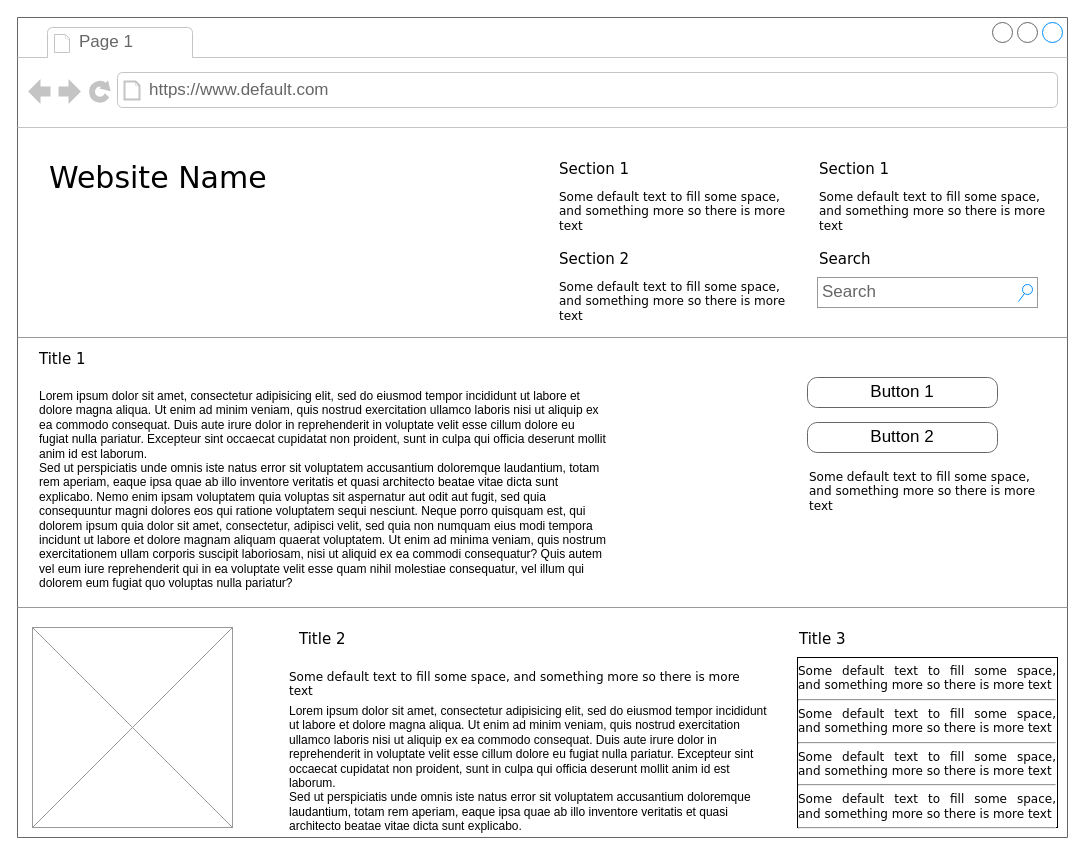
Before: page "Page-1" (1 of 3) of Untitled Diagram.drawio in okorion/portfolio, a draw.io diagram. Source tidied: cells renumbered, new cells numbered last; positions are measured from the earlier drawing's top-left corner, leaving out a move shared by most shapes. Both pictures are drawn from the tidied source at 100%, with x=0, y=0 at pixel (17, 17).
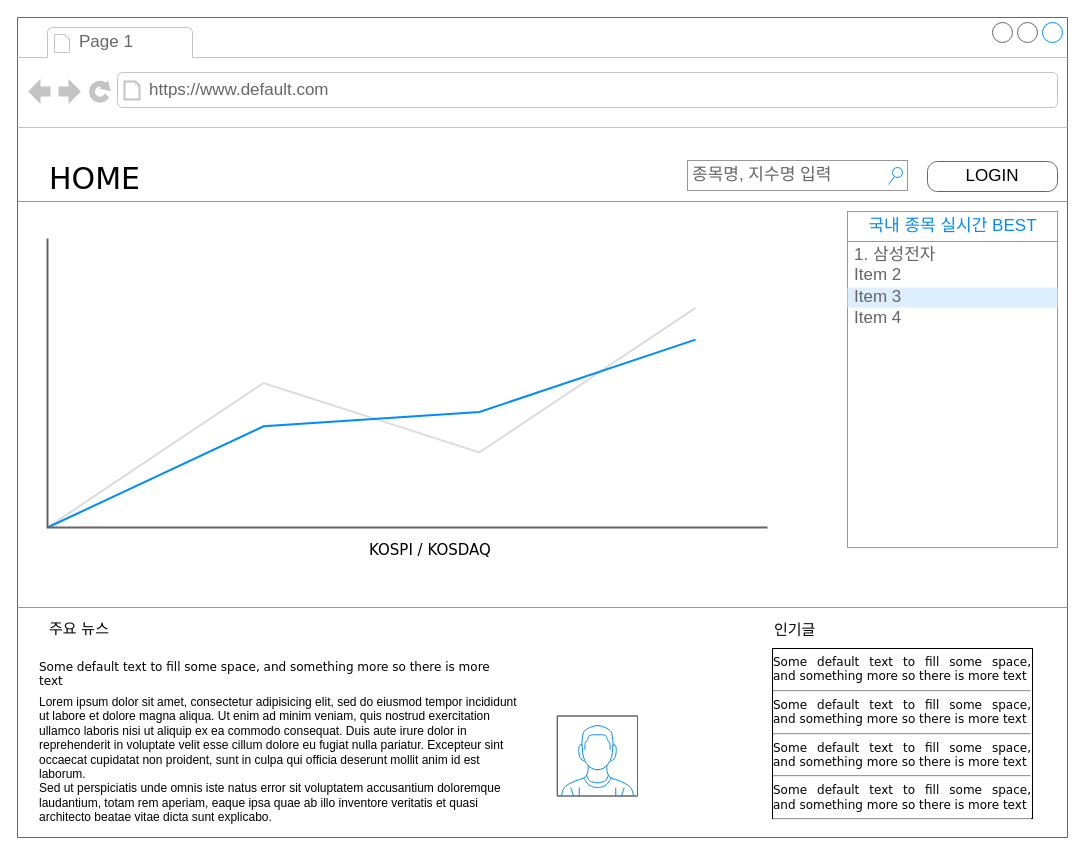
After the change.

Commit message:
Update Stock WEB templete.drawio

The change refers to these unchanged cells:
```xml
<mxCell id="2" style="strokeWidth=1;shadow=0;dashed=0;align=center;html=1;shape=mxgraph.mockup.containers.browserWindow;rSize=0;strokeColor=#666666;mainText=,;rounded=0;labelBackgroundColor=none;fontFamily=Verdana;fontSize=12;" parent="1" vertex="1">
  <mxGeometry width="1050" height="820" as="geometry" />
</mxCell>
```

Change to the diagram source:
```diff
@@
-    <mxCell id="5" value="Website Name" style="text;html=1;align=left;verticalAlign=top;spacingTop=-4;fontSize=30;fontFamily=Verdana;" parent="2" vertex="1">
-      <mxGeometry x="30" y="140" width="340" height="50" as="geometry" />
+    <mxCell id="5" value="HOME" style="text;html=1;align=left;verticalAlign=top;spacingTop=-4;fontSize=30;fontFamily=Verdana;" parent="2" vertex="1">
+      <mxGeometry x="30" y="141" width="340" height="50" as="geometry" />
     </mxCell>
-    <mxCell id="6" value="Section 1" style="text;html=1;align=left;verticalAlign=top;spacingTop=-4;fontSize=15;fontFamily=Verdana;" parent="2" vertex="1">
-      <mxGeometry x="540" y="140" width="170" height="30" as="geometry" />
+    <mxCell id="6" value="KOSPI / KOSDAQ" style="text;html=1;align=left;verticalAlign=top;spacingTop=-4;fontSize=15;fontFamily=Verdana;" parent="2" vertex="1">
+      <mxGeometry x="350" y="521" width="170" height="30" as="geometry" />
     </mxCell>
-    <mxCell id="7" value="Some default text to fill some space, and&amp;nbsp;&lt;span&gt;something more so there is more text&lt;/span&gt;" style="text;html=1;align=left;verticalAlign=top;spacingTop=-4;fontSize=12;fontFamily=Verdana;whiteSpace=wrap;" parent="2" vertex="1">
-      <mxGeometry x="540" y="170" width="240" height="40" as="geometry" />
-    </mxCell>
-    <mxCell id="8" value="Section 2" style="text;html=1;align=left;verticalAlign=top;spacingTop=-4;fontSize=15;fontFamily=Verdana;" parent="2" vertex="1">
-      <mxGeometry x="540" y="230" width="170" height="30" as="geometry" />
-    </mxCell>
-    <mxCell id="9" value="Some default text to fill some space, and&amp;nbsp;&lt;span&gt;something more so there is more text&lt;/span&gt;" style="text;html=1;align=left;verticalAlign=top;spacingTop=-4;fontSize=12;fontFamily=Verdana;whiteSpace=wrap;" parent="2" vertex="1">
-      <mxGeometry x="540" y="260" width="240" height="40" as="geometry" />
-    </mxCell>
-    <mxCell id="10" value="Section 1" style="text;html=1;align=left;verticalAlign=top;spacingTop=-4;fontSize=15;fontFamily=Verdana;" parent="2" vertex="1">
-      <mxGeometry x="800" y="140" width="170" height="30" as="geometry" />
-    </mxCell>
-    <mxCell id="11" value="Some default text to fill some space, and&amp;nbsp;&lt;span&gt;something more so there is more text&lt;/span&gt;" style="text;html=1;align=left;verticalAlign=top;spacingTop=-4;fontSize=12;fontFamily=Verdana;whiteSpace=wrap;" parent="2" vertex="1">
-      <mxGeometry x="800" y="170" width="240" height="40" as="geometry" />
-    </mxCell>
-    <mxCell id="12" value="Search" style="text;html=1;align=left;verticalAlign=top;spacingTop=-4;fontSize=15;fontFamily=Verdana;" parent="2" vertex="1">
-      <mxGeometry x="800" y="230" width="170" height="30" as="geometry" />
-    </mxCell>
-    <mxCell id="13" value="Search" style="strokeWidth=1;shadow=0;dashed=0;align=center;html=1;shape=mxgraph.mockup.forms.searchBox;strokeColor=#999999;mainText=;strokeColor2=#008cff;fontColor=#666666;fontSize=17;align=left;spacingLeft=3;rounded=0;labelBackgroundColor=none;" parent="2" vertex="1">
-      <mxGeometry x="800" y="260" width="220" height="30" as="geometry" />
+    <mxCell id="13" value="종목명, 지수명 입력" style="strokeWidth=1;shadow=0;dashed=0;align=center;html=1;shape=mxgraph.mockup.forms.searchBox;strokeColor=#999999;mainText=;strokeColor2=#008cff;fontColor=#666666;fontSize=17;align=left;spacingLeft=3;rounded=0;labelBackgroundColor=none;" parent="2" vertex="1">
+      <mxGeometry x="670" y="143" width="220" height="30" as="geometry" />
     </mxCell>
     <mxCell id="14" style="verticalLabelPosition=bottom;shadow=0;dashed=0;align=center;html=1;verticalAlign=top;strokeWidth=1;shape=mxgraph.mockup.markup.line;strokeColor=#999999;rounded=0;labelBackgroundColor=none;fillColor=#ffffff;fontFamily=Verdana;fontSize=12;fontColor=#000000;" parent="2" vertex="1">
-      <mxGeometry y="310" width="1050" height="20" as="geometry" />
+      <mxGeometry y="174" width="1050" height="20" as="geometry" />
     </mxCell>
-    <mxCell id="15" value="Title 1" style="text;html=1;align=left;verticalAlign=top;spacingTop=-4;fontSize=15;fontFamily=Verdana;" parent="2" vertex="1">
-      <mxGeometry x="20" y="330" width="170" height="30" as="geometry" />
-    </mxCell>
-    <mxCell id="16" value="Lorem ipsum dolor sit amet, consectetur adipisicing elit, sed do eiusmod tempor incididunt ut labore et dolore magna aliqua. Ut enim ad minim veniam, quis nostrud exercitation ullamco laboris nisi ut aliquip ex ea commodo consequat. Duis aute irure dolor in reprehenderit in voluptate velit esse cillum dolore eu fugiat nulla pariatur. Excepteur sint occaecat cupidatat non proident, sunt in culpa qui officia deserunt mollit anim id est laborum.&#10;Sed ut perspiciatis unde omnis iste natus error sit voluptatem accusantium doloremque laudantium, totam rem aperiam, eaque ipsa quae ab illo inventore veritatis et quasi architecto beatae vitae dicta sunt explicabo. Nemo enim ipsam voluptatem quia voluptas sit aspernatur aut odit aut fugit, sed quia consequuntur magni dolores eos qui ratione voluptatem sequi nesciunt. Neque porro quisquam est, qui dolorem ipsum quia dolor sit amet, consectetur, adipisci velit, sed quia non numquam eius modi tempora incidunt ut labore et dolore magnam aliquam quaerat voluptatem. Ut enim ad minima veniam, quis nostrum exercitationem ullam corporis suscipit laboriosam, nisi ut aliquid ex ea commodi consequatur? Quis autem vel eum iure reprehenderit qui in ea voluptate velit esse quam nihil molestiae consequatur, vel illum qui dolorem eum fugiat quo voluptas nulla pariatur?" style="text;spacingTop=-5;whiteSpace=wrap;html=1;align=left;fontSize=12;fontFamily=Helvetica;fillColor=none;strokeColor=none;rounded=0;shadow=1;labelBackgroundColor=none;" parent="2" vertex="1">
-      <mxGeometry x="20" y="370" width="570" height="240" as="geometry" />
-    </mxCell>
-    <mxCell id="17" value="Button 1" style="strokeWidth=1;shadow=0;dashed=0;align=center;html=1;shape=mxgraph.mockup.buttons.button;strokeColor=#666666;mainText=;buttonStyle=round;fontSize=17;fontStyle=0;fillColor=none;whiteSpace=wrap;rounded=0;labelBackgroundColor=none;" parent="2" vertex="1">
-      <mxGeometry x="790" y="360" width="190" height="30" as="geometry" />
+    <mxCell id="17" value="LOGIN" style="strokeWidth=1;shadow=0;dashed=0;align=center;html=1;shape=mxgraph.mockup.buttons.button;strokeColor=#666666;mainText=;buttonStyle=round;fontSize=17;fontStyle=0;fillColor=none;whiteSpace=wrap;rounded=0;labelBackgroundColor=none;" parent="2" vertex="1">
+      <mxGeometry x="910" y="144" width="130" height="30" as="geometry" />
     </mxCell>
-    <mxCell id="18" value="Button 2" style="strokeWidth=1;shadow=0;dashed=0;align=center;html=1;shape=mxgraph.mockup.buttons.button;strokeColor=#666666;mainText=;buttonStyle=round;fontSize=17;fontStyle=0;fillColor=none;whiteSpace=wrap;rounded=0;labelBackgroundColor=none;" parent="2" vertex="1">
-      <mxGeometry x="790" y="405" width="190" height="30" as="geometry" />
-    </mxCell>
-    <mxCell id="19" value="Some default text to fill some space, and&amp;nbsp;&lt;span&gt;something more so there is more text&lt;/span&gt;" style="text;html=1;align=left;verticalAlign=top;spacingTop=-4;fontSize=12;fontFamily=Verdana;whiteSpace=wrap;" parent="2" vertex="1">
-      <mxGeometry x="790" y="450" width="240" height="40" as="geometry" />
-    </mxCell>
@@
-    <mxCell id="21" style="verticalLabelPosition=bottom;shadow=0;dashed=0;align=center;html=1;verticalAlign=top;strokeWidth=1;shape=mxgraph.mockup.graphics.simpleIcon;strokeColor=#999999;fillColor=#ffffff;rounded=0;labelBackgroundColor=none;fontFamily=Verdana;fontSize=12;fontColor=#000000;" parent="2" vertex="1">
-      <mxGeometry x="15" y="610" width="200" height="200" as="geometry" />
-    </mxCell>
-    <mxCell id="22" value="Title 2" style="text;html=1;align=left;verticalAlign=top;spacingTop=-4;fontSize=15;fontFamily=Verdana;" parent="2" vertex="1">
-      <mxGeometry x="280" y="610" width="170" height="30" as="geometry" />
-    </mxCell>
-    <mxCell id="23" value="Title 3" style="text;html=1;align=left;verticalAlign=top;spacingTop=-4;fontSize=15;fontFamily=Verdana;" parent="2" vertex="1">
-      <mxGeometry x="780" y="610" width="170" height="30" as="geometry" />
+    <mxCell id="23" value="인기글" style="text;html=1;align=left;verticalAlign=top;spacingTop=-4;fontSize=15;fontFamily=Verdana;" parent="2" vertex="1">
+      <mxGeometry x="755" y="601" width="170" height="30" as="geometry" />
     </mxCell>
-    <mxCell id="24" value="&lt;div style=&quot;text-align: justify&quot;&gt;&lt;span&gt;Some default text to fill some space, and&amp;nbsp;&lt;/span&gt;&lt;span&gt;something more so there is more text&lt;/span&gt;&lt;/div&gt;&lt;div style=&quot;text-align: justify&quot;&gt;&lt;hr id=&quot;null&quot; style=&quot;text-align: justify&quot;&gt;&lt;span&gt;&lt;div style=&quot;text-align: justify&quot;&gt;&lt;span&gt;Some default text to fill some space, and&amp;nbsp;&lt;/span&gt;&lt;span&gt;something more so there is more text&lt;/span&gt;&lt;/div&gt;&lt;/span&gt;&lt;/div&gt;&lt;hr id=&quot;null&quot; style=&quot;text-align: justify&quot;&gt;&lt;span&gt;&lt;div style=&quot;text-align: justify&quot;&gt;&lt;span&gt;Some default text to fill some space, and&amp;nbsp;&lt;/span&gt;&lt;span&gt;something more so there is more text&lt;/span&gt;&lt;/div&gt;&lt;/span&gt;&lt;hr id=&quot;null&quot; style=&quot;text-align: justify&quot;&gt;&lt;span&gt;&lt;div style=&quot;text-align: justify&quot;&gt;&lt;span&gt;Some default text to fill some space, and&amp;nbsp;&lt;/span&gt;&lt;span&gt;something more so there is more text&lt;/span&gt;&lt;/div&gt;&lt;/span&gt;&lt;hr id=&quot;null&quot; style=&quot;text-align: left&quot;&gt;" style="whiteSpace=wrap;html=1;rounded=0;shadow=0;labelBackgroundColor=none;strokeWidth=1;fontFamily=Verdana;fontSize=12;align=center;verticalAlign=top;" parent="2" vertex="1">
-      <mxGeometry x="780" y="640" width="260" height="170" as="geometry" />
+    <mxCell id="24" value="&lt;div style=&quot;text-align: justify&quot;&gt;&lt;span&gt;Some default text to fill some space, and&amp;nbsp;&lt;/span&gt;&lt;span&gt;something more so there is more text&lt;/span&gt;&lt;/div&gt;&lt;div style=&quot;text-align: justify&quot;&gt;&lt;hr id=&quot;null&quot; style=&quot;text-align: justify&quot;&gt;&lt;span&gt;&lt;div style=&quot;text-align: justify&quot;&gt;&lt;span&gt;Some default text to fill some space, and&amp;nbsp;&lt;/span&gt;&lt;span&gt;something more so there is more text&lt;/span&gt;&lt;/div&gt;&lt;/span&gt;&lt;/div&gt;&lt;hr id=&quot;null&quot; style=&quot;text-align: justify&quot;&gt;&lt;span&gt;&lt;div style=&quot;text-align: justify&quot;&gt;&lt;span&gt;Some default text to fill some space, and&amp;nbsp;&lt;/span&gt;&lt;span&gt;something more so there is more text&lt;/span&gt;&lt;/div&gt;&lt;/span&gt;&lt;hr id=&quot;null&quot; style=&quot;text-align: justify&quot;&gt;&lt;span&gt;&lt;div style=&quot;text-align: justify&quot;&gt;&lt;span&gt;Some default text to fill some space, and&amp;nbsp;&lt;/span&gt;&lt;span&gt;something more so there is more text&lt;/span&gt;&lt;/div&gt;&lt;/span&gt;&lt;hr id=&quot;null&quot; style=&quot;text-align: left&quot;&gt;" style="whiteSpace=wrap;html=1;rounded=0;shadow=0;labelBackgroundColor=none;strokeWidth=1;fontFamily=Verdana;fontSize=12;align=center;verticalAlign=top;strokeColor=default;" parent="2" vertex="1">
+      <mxGeometry x="755" y="631" width="260" height="170" as="geometry" />
     </mxCell>
+    <mxCell id="22" value="주요 뉴스" style="text;html=1;align=left;verticalAlign=top;spacingTop=-4;fontSize=15;fontFamily=Verdana;" parent="2" vertex="1">
+      <mxGeometry x="30" y="600" width="170" height="30" as="geometry" />
+    </mxCell>
     <mxCell id="25" value="Some default text to fill some space, and&amp;nbsp;&lt;span&gt;something more so there is more text&lt;/span&gt;" style="text;html=1;align=left;verticalAlign=top;spacingTop=-4;fontSize=12;fontFamily=Verdana;whiteSpace=wrap;" parent="2" vertex="1">
-      <mxGeometry x="270" y="650" width="470" height="40" as="geometry" />
+      <mxGeometry x="20" y="640" width="470" height="40" as="geometry" />
     </mxCell>
-    <mxCell id="26" value="Lorem ipsum dolor sit amet, consectetur adipisicing elit, sed do eiusmod tempor incididunt ut labore et dolore magna aliqua. Ut enim ad minim veniam, quis nostrud exercitation ullamco laboris nisi ut aliquip ex ea commodo consequat. Duis aute irure dolor in reprehenderit in voluptate velit esse cillum dolore eu fugiat nulla pariatur. Excepteur sint occaecat cupidatat non proident, sunt in culpa qui officia deserunt mollit anim id est laborum.&lt;br&gt;Sed ut perspiciatis unde omnis iste natus error sit voluptatem accusantium doloremque laudantium, totam rem aperiam, eaque ipsa quae ab illo inventore veritatis et quasi architecto beatae vitae dicta sunt explicabo.&amp;nbsp;" style="text;spacingTop=-5;whiteSpace=wrap;html=1;align=left;fontSize=12;fontFamily=Helvetica;fillColor=none;strokeColor=none;rounded=0;shadow=1;labelBackgroundColor=none;" parent="1" vertex="1">
-      <mxGeometry x="270" y="685" width="490" height="125" as="geometry" />
+    <mxCell id="26" value="Lorem ipsum dolor sit amet, consectetur adipisicing elit, sed do eiusmod tempor incididunt ut labore et dolore magna aliqua. Ut enim ad minim veniam, quis nostrud exercitation ullamco laboris nisi ut aliquip ex ea commodo consequat. Duis aute irure dolor in reprehenderit in voluptate velit esse cillum dolore eu fugiat nulla pariatur. Excepteur sint occaecat cupidatat non proident, sunt in culpa qui officia deserunt mollit anim id est laborum.&lt;br&gt;Sed ut perspiciatis unde omnis iste natus error sit voluptatem accusantium doloremque laudantium, totam rem aperiam, eaque ipsa quae ab illo inventore veritatis et quasi architecto beatae vitae dicta sunt explicabo.&amp;nbsp;" style="text;spacingTop=-5;whiteSpace=wrap;html=1;align=left;fontSize=12;fontFamily=Helvetica;fillColor=none;strokeColor=none;rounded=0;shadow=1;labelBackgroundColor=none;" parent="2" vertex="1">
+      <mxGeometry x="20" y="676" width="490" height="125" as="geometry" />
     </mxCell>
+    <mxCell id="27" style="verticalLabelPosition=bottom;shadow=0;dashed=0;align=center;html=1;verticalAlign=top;strokeWidth=1;shape=mxgraph.mockup.graphics.lineChart;strokeColor=none;strokeColor2=#666666;strokeColor3=#008cff;strokeColor4=#dddddd;" parent="2" vertex="1">
+      <mxGeometry x="30" y="221" width="720" height="289" as="geometry" />
+    </mxCell>
+    <mxCell id="28" style="strokeWidth=1;shadow=0;dashed=0;align=center;html=1;shape=mxgraph.mockup.forms.rrect;rSize=0;strokeColor=#999999;fillColor=#ffffff;" parent="2" vertex="1">
+      <mxGeometry x="830" y="194" width="210" height="336" as="geometry" />
+    </mxCell>
+    <mxCell id="29" value="국내 종목 실시간 BEST" style="strokeWidth=1;shadow=0;dashed=0;align=center;html=1;shape=mxgraph.mockup.forms.rrect;rSize=0;strokeColor=#999999;fontColor=#008cff;fontSize=17;fillColor=#ffffff;" parent="28" vertex="1">
+      <mxGeometry width="210" height="30" relative="1" as="geometry" />
+    </mxCell>
+    <mxCell id="30" value="1. 삼성전자" style="strokeWidth=1;shadow=0;dashed=0;align=center;html=1;shape=mxgraph.mockup.forms.anchor;fontSize=17;fontColor=#666666;align=left;spacingLeft=5;" parent="28" vertex="1">
+      <mxGeometry width="210" height="20" relative="1" as="geometry">
+        <mxPoint y="34" as="offset" />
+      </mxGeometry>
+    </mxCell>
+    <mxCell id="31" value="Item 2" style="strokeWidth=1;shadow=0;dashed=0;align=center;html=1;shape=mxgraph.mockup.forms.anchor;fontSize=17;fontColor=#666666;align=left;spacingLeft=5;" parent="28" vertex="1">
+      <mxGeometry width="210" height="20" relative="1" as="geometry">
+        <mxPoint y="54" as="offset" />
+      </mxGeometry>
+    </mxCell>
+    <mxCell id="32" value="Item 3" style="strokeWidth=1;shadow=0;dashed=0;align=center;html=1;shape=mxgraph.mockup.forms.rrect;rSize=0;fontSize=17;fontColor=#666666;align=left;spacingLeft=5;fillColor=#ddeeff;strokeColor=none;" parent="28" vertex="1">
+      <mxGeometry width="210" height="20" relative="1" as="geometry">
+        <mxPoint y="76" as="offset" />
+      </mxGeometry>
+    </mxCell>
+    <mxCell id="33" value="Item 4" style="strokeWidth=1;shadow=0;dashed=0;align=center;html=1;shape=mxgraph.mockup.forms.anchor;fontSize=17;fontColor=#666666;align=left;spacingLeft=5;" parent="28" vertex="1">
+      <mxGeometry width="210" height="20" relative="1" as="geometry">
+        <mxPoint y="97" as="offset" />
+      </mxGeometry>
+    </mxCell>
+    <mxCell id="34" style="verticalLabelPosition=bottom;shadow=0;dashed=0;align=center;html=1;verticalAlign=top;strokeWidth=1;shape=mxgraph.mockup.containers.userMale;strokeColor=#666666;strokeColor2=#008cff;" parent="2" vertex="1">
+      <mxGeometry x="540" y="698.5" width="80" height="80" as="geometry" />
+    </mxCell>
```
